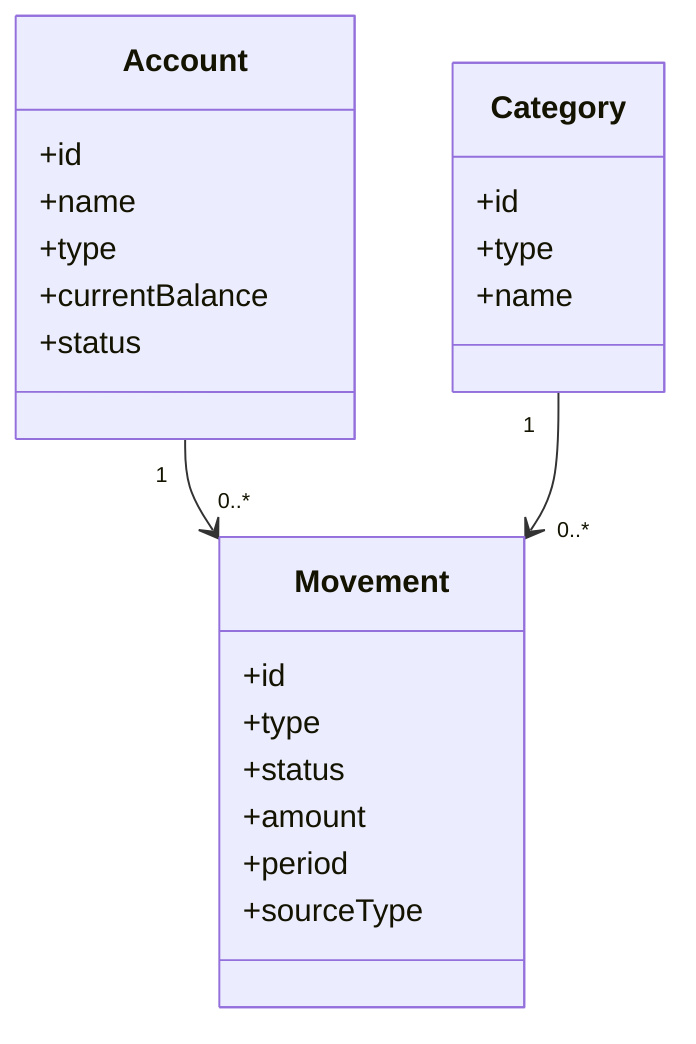
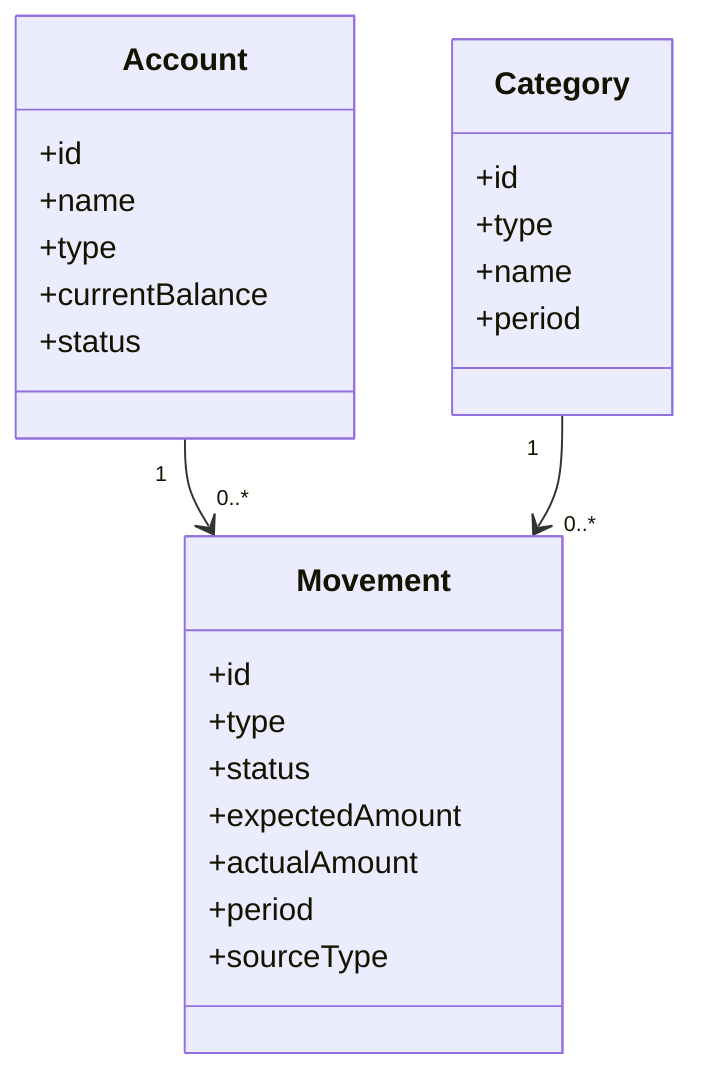
classDiagram
    class Account {
        +id
        +name
        +type
        +currentBalance
        +status
    }

    class Movement {
        +id
        +type
        +status
-         +amount
+         +expectedAmount
+         +actualAmount
        +period
        +sourceType
    }

    class Category {
        +id
        +type
        +name
+         +period
    }

    Account "1" --> "0..*" Movement
    Category "1" --> "0..*" Movement
- 
